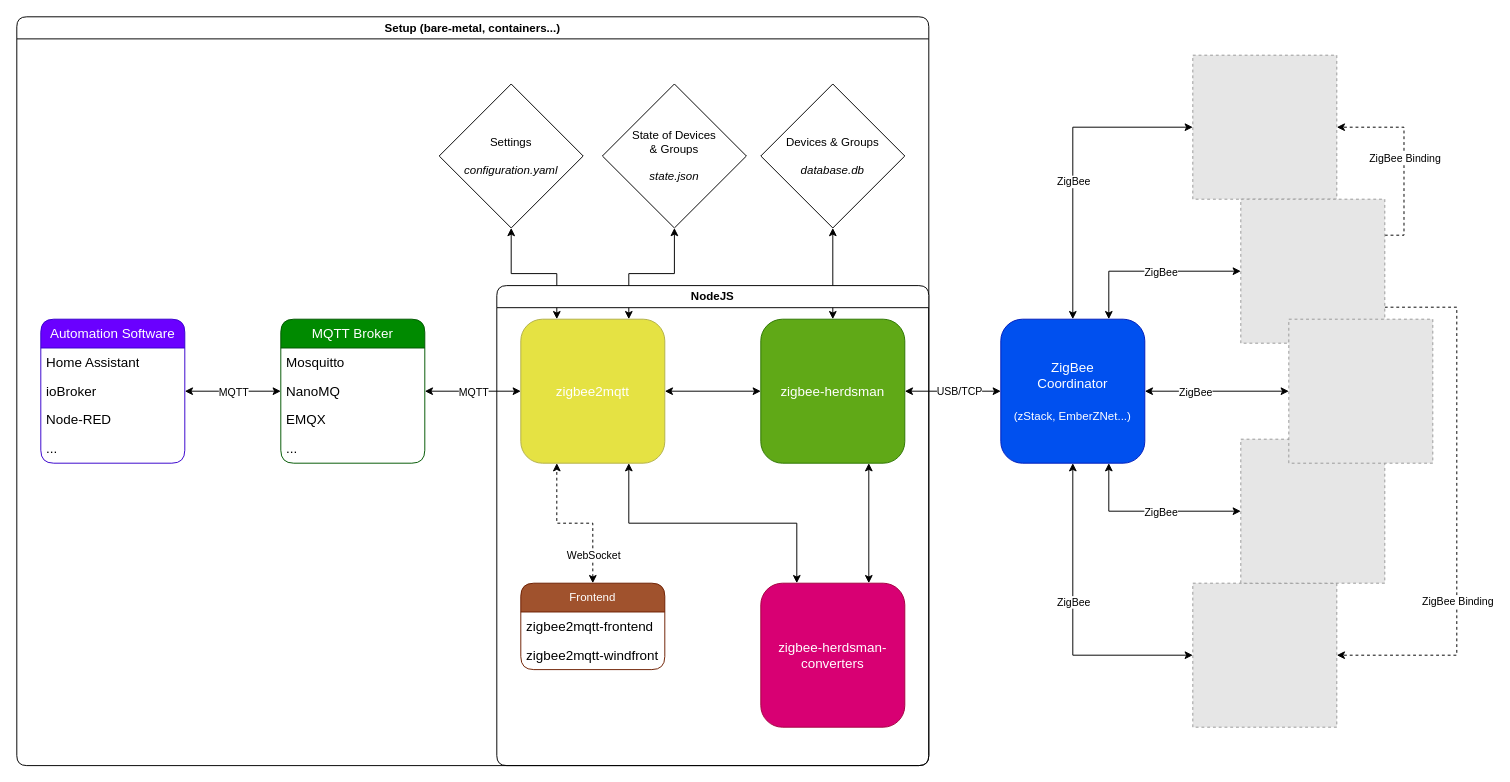
Earlier version of the draw.io diagram images/architecture-new.drawio (Koenkk/zigbee2mqtt). Source tidied: cells renumbered, new cells numbered last; positions are measured from the earlier drawing's top-left corner, leaving out a move shared by most shapes. Both pictures are drawn from the tidied source at 96%, with x=0, y=0 at pixel (16, 16). Pictures stored in the file or linked from it are replaced by grey dashed boxes.
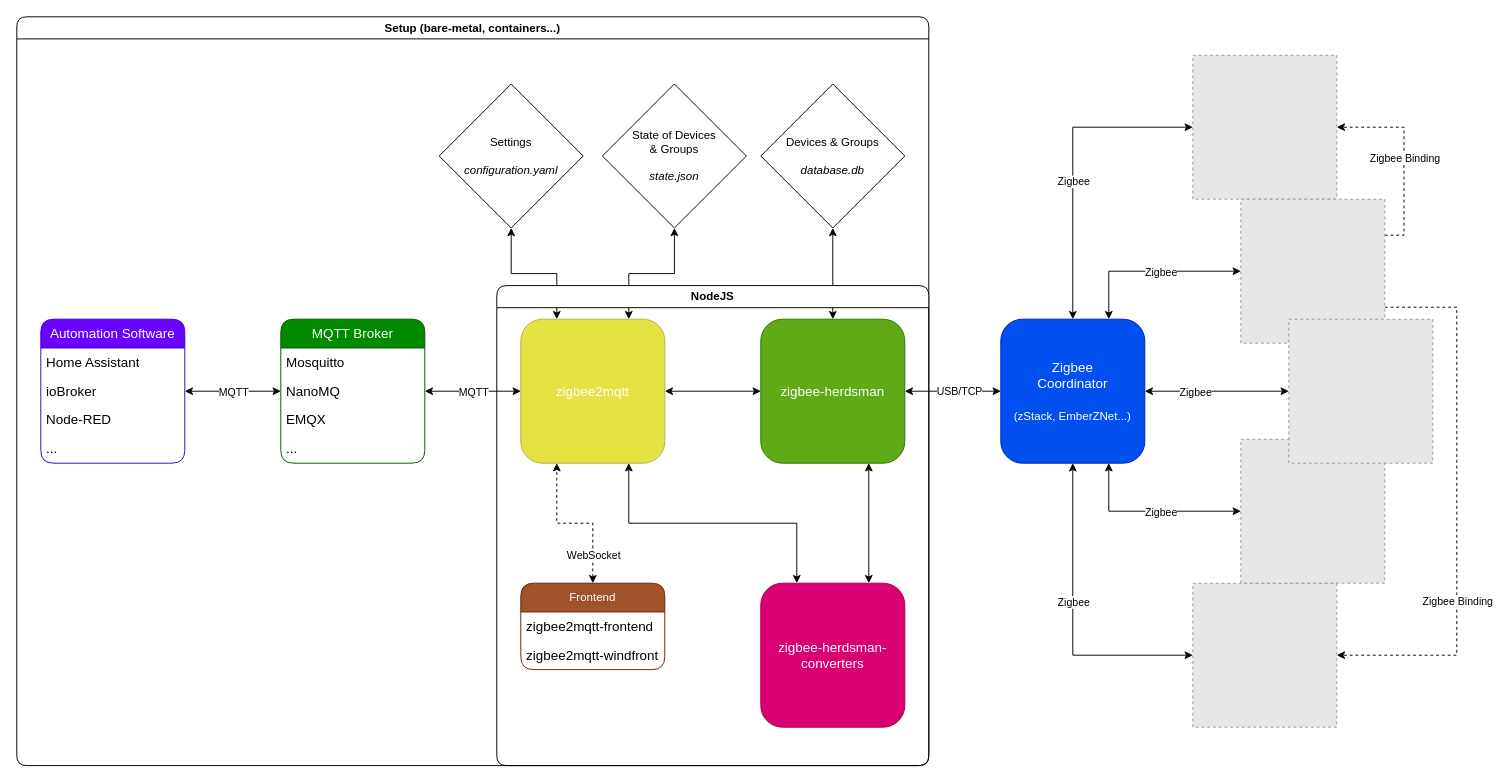
The same diagram, later.

Unchanged cells that the change refers to:
```xml
<mxCell id="2" style="edgeStyle=orthogonalEdgeStyle;rounded=0;jettySize=auto;html=1;exitX=0;exitY=0.5;exitDx=0;exitDy=0;entryX=0.5;entryY=1;entryDx=0;entryDy=0;startArrow=classic;startFill=1;" parent="1" edge="1" source="4" target="23">
  <mxGeometry relative="1" as="geometry" />
</mxCell>
<mxCell id="5" style="edgeStyle=orthogonalEdgeStyle;rounded=0;jettySize=auto;html=1;exitX=0;exitY=0.5;exitDx=0;exitDy=0;startArrow=classic;startFill=1;" parent="1" edge="1" source="7" target="23">
  <mxGeometry relative="1" as="geometry" />
</mxCell>
<mxCell id="8" style="edgeStyle=orthogonalEdgeStyle;rounded=0;jettySize=auto;html=1;exitX=0;exitY=0.5;exitDx=0;exitDy=0;entryX=0.75;entryY=0;entryDx=0;entryDy=0;startArrow=classic;startFill=1;" parent="1" edge="1" source="14" target="23">
  <mxGeometry relative="1" as="geometry" />
</mxCell>
<mxCell id="10" style="edgeStyle=orthogonalEdgeStyle;rounded=0;jettySize=auto;html=1;exitX=1;exitY=0.75;exitDx=0;exitDy=0;entryX=1;entryY=0.5;entryDx=0;entryDy=0;dashed=1;" parent="1" edge="1" source="14" target="4">
  <mxGeometry relative="1" as="geometry">
    <Array as="points">
      <mxPoint x="1500" y="303" />
      <mxPoint x="1500" y="665" />
    </Array>
  </mxGeometry>
</mxCell>
<mxCell id="12" style="edgeStyle=orthogonalEdgeStyle;rounded=0;jettySize=auto;html=1;exitX=1;exitY=0.25;exitDx=0;exitDy=0;entryX=1;entryY=0.5;entryDx=0;entryDy=0;dashed=1;" parent="1" edge="1" source="14" target="7">
  <mxGeometry relative="1" as="geometry" />
</mxCell>
<mxCell id="15" style="edgeStyle=orthogonalEdgeStyle;rounded=0;jettySize=auto;html=1;exitX=0;exitY=0.5;exitDx=0;exitDy=0;entryX=0.75;entryY=1;entryDx=0;entryDy=0;startArrow=classic;startFill=1;" parent="1" edge="1" source="17" target="23">
  <mxGeometry relative="1" as="geometry" />
</mxCell>
<mxCell id="18" style="edgeStyle=orthogonalEdgeStyle;rounded=0;jettySize=auto;html=1;exitX=0;exitY=0.5;exitDx=0;exitDy=0;entryX=1;entryY=0.5;entryDx=0;entryDy=0;startArrow=classic;startFill=1;" parent="1" edge="1" source="20" target="23">
  <mxGeometry relative="1" as="geometry" />
</mxCell>
```

The edit, as a diff of the source:
```diff
@@
-    <mxCell id="3" value="ZigBee" style="edgeLabel;html=1;align=center;verticalAlign=middle;" parent="2" vertex="1">
+    <mxCell id="3" value="Zigbee" style="edgeLabel;html=1;align=center;verticalAlign=middle;" parent="2" vertex="1">
       <mxGeometry x="0.3" relative="1" as="geometry">
         <mxPoint y="30" as="offset" />
       </mxGeometry>
     </mxCell>
@@
-    <mxCell id="6" value="ZigBee" style="edgeLabel;html=1;align=center;verticalAlign=middle;" parent="5" vertex="1">
+    <mxCell id="6" value="Zigbee" style="edgeLabel;html=1;align=center;verticalAlign=middle;" parent="5" vertex="1">
       <mxGeometry x="0.3" relative="1" as="geometry">
         <mxPoint y="-30" as="offset" />
       </mxGeometry>
     </mxCell>
@@
-    <mxCell id="9" value="ZigBee" style="edgeLabel;html=1;align=center;verticalAlign=middle;" parent="8" vertex="1">
+    <mxCell id="9" value="Zigbee" style="edgeLabel;html=1;align=center;verticalAlign=middle;" parent="8" vertex="1">
       <mxGeometry x="-0.1" relative="1" as="geometry" />
     </mxCell>
@@
-    <mxCell id="11" value="ZigBee Binding" style="edgeLabel;html=1;align=center;verticalAlign=middle;" parent="10" vertex="1">
+    <mxCell id="11" value="Zigbee Binding" style="edgeLabel;html=1;align=center;verticalAlign=middle;" parent="10" vertex="1">
       <mxGeometry x="0.14" relative="1" as="geometry">
         <mxPoint y="60" as="offset" />
       </mxGeometry>
     </mxCell>
@@
-    <mxCell id="13" value="ZigBee Binding" style="edgeLabel;html=1;align=center;verticalAlign=middle;" parent="12" vertex="1">
+    <mxCell id="13" value="Zigbee Binding" style="edgeLabel;html=1;align=center;verticalAlign=middle;" parent="12" vertex="1">
       <mxGeometry x="0.09" relative="1" as="geometry">
         <mxPoint y="10" as="offset" />
       </mxGeometry>
     </mxCell>
@@
-    <mxCell id="16" value="ZigBee" style="edgeLabel;html=1;align=center;verticalAlign=middle;" parent="15" vertex="1">
+    <mxCell id="16" value="Zigbee" style="edgeLabel;html=1;align=center;verticalAlign=middle;" parent="15" vertex="1">
       <mxGeometry x="-0.1" relative="1" as="geometry" />
     </mxCell>
@@
-    <mxCell id="19" value="ZigBee" style="edgeLabel;html=1;align=center;verticalAlign=middle;" parent="18" vertex="1">
+    <mxCell id="19" value="Zigbee" style="edgeLabel;html=1;align=center;verticalAlign=middle;" parent="18" vertex="1">
       <mxGeometry x="0.3" relative="1" as="geometry" />
     </mxCell>
@@
-    <mxCell id="23" value="&lt;div&gt;ZigBee&lt;/div&gt;&lt;div&gt;Coordinator&lt;/div&gt;&lt;div&gt;&lt;br&gt;&lt;/div&gt;&lt;div&gt;&lt;font style=&quot;font-size: 12px;&quot;&gt;(zStack, EmberZNet...)&lt;/font&gt;&lt;/div&gt;" style="rounded=1;whiteSpace=wrap;html=1;fillColor=#0050ef;fontColor=#ffffff;strokeColor=#001DBC;fontSize=14;" parent="1" vertex="1">
+    <mxCell id="23" value="&lt;div&gt;Zigbee&lt;/div&gt;&lt;div&gt;Coordinator&lt;/div&gt;&lt;div&gt;&lt;br&gt;&lt;/div&gt;&lt;div&gt;&lt;font style=&quot;font-size: 12px;&quot;&gt;(zStack, EmberZNet...)&lt;/font&gt;&lt;/div&gt;" style="rounded=1;whiteSpace=wrap;html=1;fillColor=#0050ef;fontColor=#ffffff;strokeColor=#001DBC;fontSize=14;" parent="1" vertex="1">
       <mxGeometry x="1025" y="315" width="150" height="150" as="geometry" />
     </mxCell>
```
